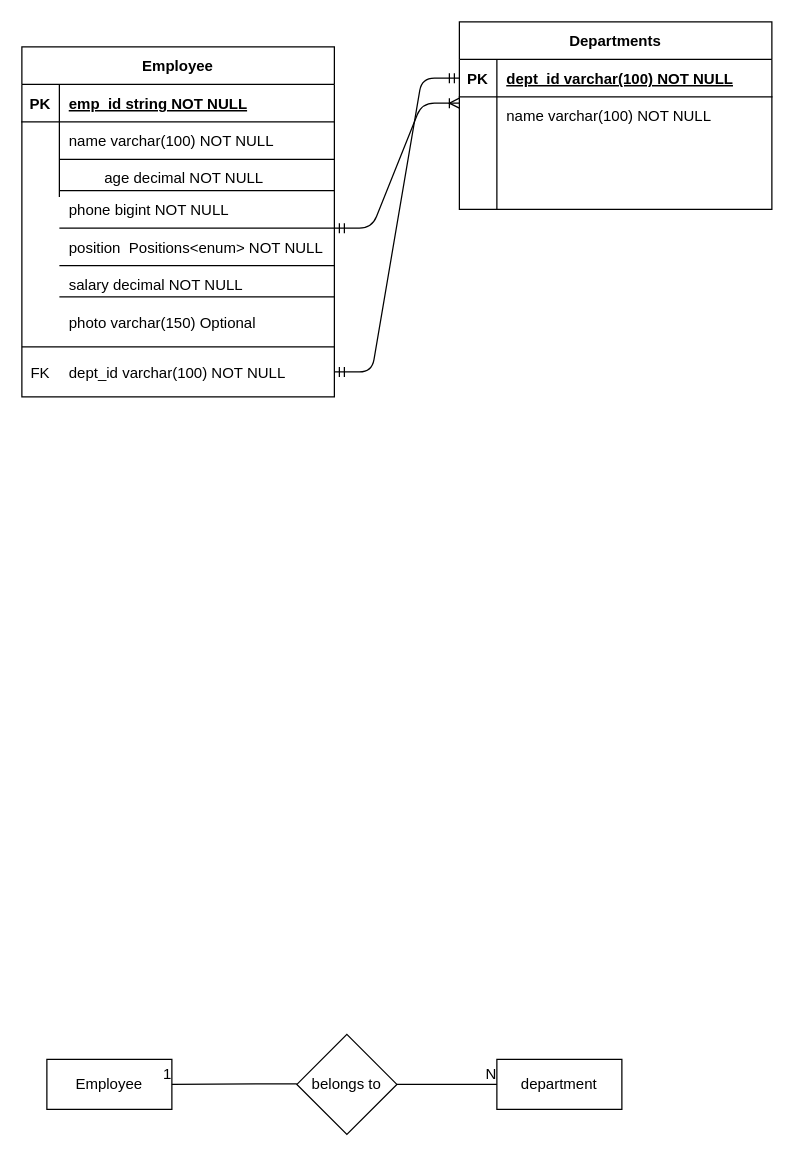
Above: Untitled Diagram.drawio in darshanhosahalli/test (draw.io), before the change. Source tidied: cells renumbered, new cells numbered last; positions are measured from the earlier drawing's top-left corner, leaving out a move shared by most shapes. Both pictures are drawn from the tidied source at 125%, with x=0, y=0 at pixel (21, 21).
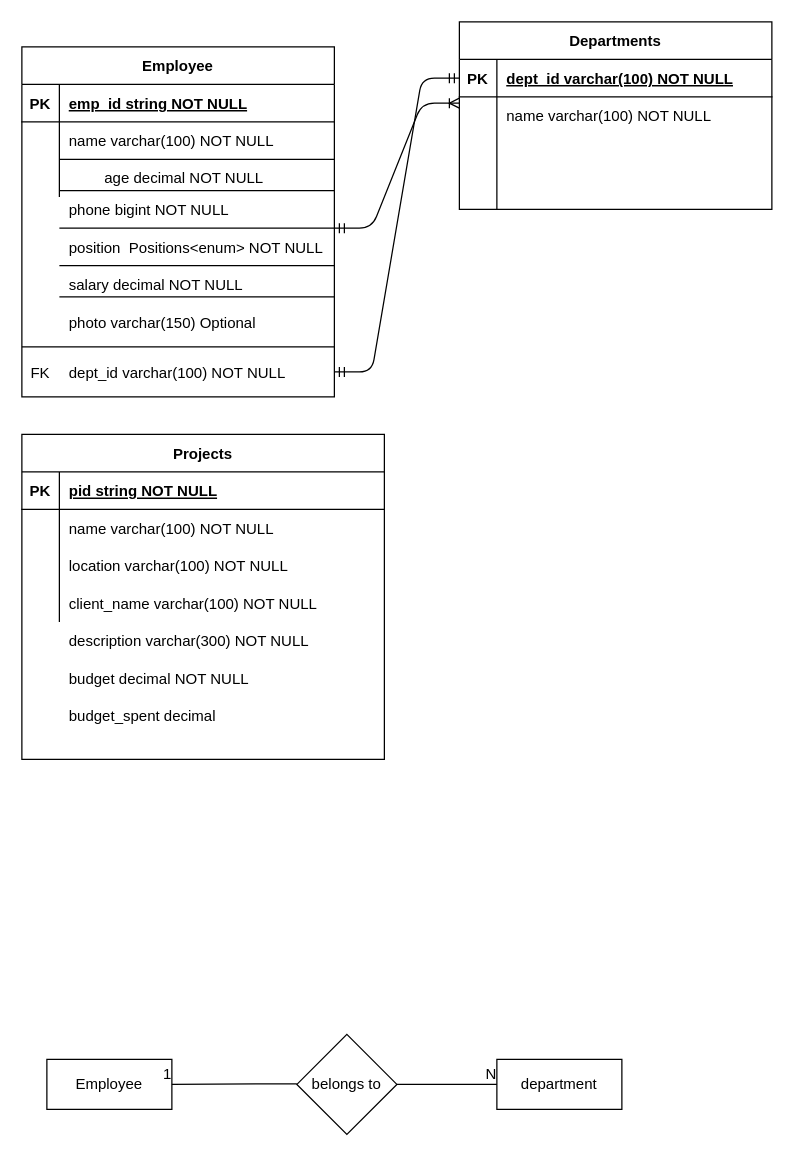
The same diagram, later.

Change to the diagram source:
```diff
@@
+    <mxCell id="51" value="Projects" style="shape=table;startSize=30;childLayout=tableLayout;rowLines=0;fontStyle=1;align=center;" parent="1" vertex="1">
+      <mxGeometry y="330" width="290" height="260" as="geometry" />
+    </mxCell>
+    <mxCell id="52" style="shape=partialRectangle;fillColor=none;top=0;left=0;bottom=1;right=0;" parent="51" vertex="1">
+      <mxGeometry y="30" width="290" height="30" as="geometry" />
+    </mxCell>
+    <mxCell id="53" value="PK" style="shape=partialRectangle;fillColor=none;top=0;left=0;bottom=0;right=0;fontStyle=1;overflow=hidden;" parent="52" vertex="1">
+      <mxGeometry width="30" height="30" as="geometry" />
+    </mxCell>
+    <mxCell id="54" value="pid string NOT NULL" style="shape=partialRectangle;fillColor=none;top=0;left=0;bottom=0;right=0;align=left;spacingLeft=6;fontStyle=5;overflow=hidden;" parent="52" vertex="1">
+      <mxGeometry x="30" width="260" height="30" as="geometry" />
+    </mxCell>
+    <mxCell id="55" style="shape=partialRectangle;fillColor=none;top=0;left=0;bottom=0;right=0;" parent="51" vertex="1">
+      <mxGeometry y="60" width="290" height="30" as="geometry" />
+    </mxCell>
+    <mxCell id="56" style="shape=partialRectangle;fillColor=none;top=0;left=0;bottom=0;right=0;overflow=hidden;" parent="55" vertex="1">
+      <mxGeometry width="30" height="30" as="geometry" />
+    </mxCell>
+    <mxCell id="57" value="name varchar(100) NOT NULL" style="shape=partialRectangle;fillColor=none;top=0;left=0;bottom=0;right=0;align=left;spacingLeft=6;overflow=hidden;" parent="55" vertex="1">
+      <mxGeometry x="30" width="260" height="30" as="geometry" />
+    </mxCell>
+    <mxCell id="58" style="shape=partialRectangle;fillColor=none;top=0;left=0;bottom=0;right=0;" parent="51" vertex="1">
+      <mxGeometry y="90" width="290" height="30" as="geometry" />
+    </mxCell>
+    <mxCell id="59" style="shape=partialRectangle;fillColor=none;top=0;left=0;bottom=0;right=0;overflow=hidden;" parent="58" vertex="1">
+      <mxGeometry width="30" height="30" as="geometry" />
+    </mxCell>
+    <mxCell id="60" value="location varchar(100) NOT NULL" style="shape=partialRectangle;fillColor=none;top=0;left=0;bottom=0;right=0;align=left;spacingLeft=6;overflow=hidden;" parent="58" vertex="1">
+      <mxGeometry x="30" width="260" height="30" as="geometry" />
+    </mxCell>
+    <mxCell id="61" style="shape=partialRectangle;fillColor=none;top=0;left=0;bottom=0;right=0;" parent="51" vertex="1">
+      <mxGeometry y="120" width="290" height="30" as="geometry" />
+    </mxCell>
+    <mxCell id="62" style="shape=partialRectangle;fillColor=none;top=0;left=0;bottom=0;right=0;overflow=hidden;" parent="61" vertex="1">
+      <mxGeometry width="30" height="30" as="geometry" />
+    </mxCell>
+    <mxCell id="63" value="client_name varchar(100) NOT NULL" style="shape=partialRectangle;fillColor=none;top=0;left=0;bottom=0;right=0;align=left;spacingLeft=6;overflow=hidden;" parent="61" vertex="1">
+      <mxGeometry x="30" width="260" height="30" as="geometry" />
+    </mxCell>
+    <mxCell id="64" value="description varchar(300) NOT NULL" style="shape=partialRectangle;fillColor=none;top=0;left=0;bottom=0;right=0;align=left;spacingLeft=6;overflow=hidden;" parent="1" vertex="1">
+      <mxGeometry x="30" y="480" width="260" height="30" as="geometry" />
+    </mxCell>
+    <mxCell id="65" value="budget decimal NOT NULL" style="shape=partialRectangle;fillColor=none;top=0;left=0;bottom=0;right=0;align=left;spacingLeft=6;overflow=hidden;" parent="1" vertex="1">
+      <mxGeometry x="30" y="510" width="260" height="30" as="geometry" />
+    </mxCell>
+    <mxCell id="66" value="budget_spent decimal " style="shape=partialRectangle;fillColor=none;top=0;left=0;bottom=0;right=0;align=left;spacingLeft=6;overflow=hidden;" parent="1" vertex="1">
+      <mxGeometry x="30" y="540" width="260" height="30" as="geometry" />
+    </mxCell>
```
